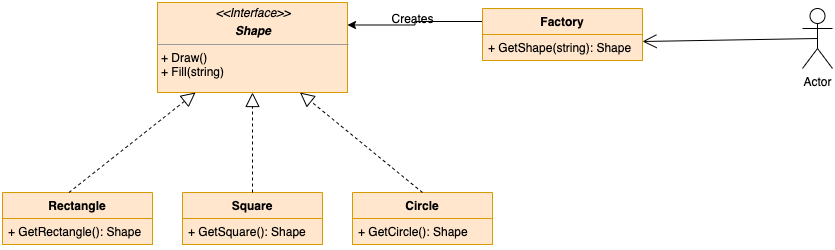
This is creational/factory/factory-design-pattern.png from ypankaj007/design-patterns-in-go, a draw.io export, as it was before one commit. Source tidied: cells renumbered, new cells last; positions are measured from the earlier drawing's top-left corner, leaving out a move shared by most shapes.
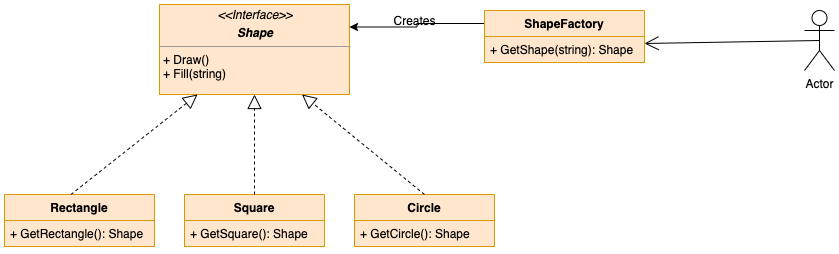
Above is the later version.

Commit message:
Modified factory uml diagram

The edit, as a diff of the source:
```diff
@@ -38,7 +38,7 @@
     <mxCell id="13" style="edgeStyle=orthogonalEdgeStyle;rounded=0;jettySize=auto;html=1;exitX=0;exitY=0.25;exitDx=0;exitDy=0;entryX=1;entryY=0.25;entryDx=0;entryDy=0;" parent="1" edge="1" source="14" target="2">
       <mxGeometry relative="1" as="geometry" />
     </mxCell>
-    <mxCell id="14" value="Factory" style="swimlane;fontStyle=1;horizontal=1;startSize=26;fillColor=#ffe6cc;strokeColor=#d79b00;" parent="1" vertex="1">
+    <mxCell id="14" value="ShapeFactory" style="swimlane;fontStyle=1;horizontal=1;startSize=26;fillColor=#ffe6cc;strokeColor=#d79b00;" parent="1" vertex="1">
       <mxGeometry x="480" y="6" width="160" height="52" as="geometry" />
     </mxCell>
     <mxCell id="15" value="+ GetShape(string): Shape" style="text;strokeColor=#d79b00;fillColor=#ffe6cc;align=left;verticalAlign=top;spacingLeft=4;spacingRight=4;overflow=hidden;points=[[0,0.5],[1,0.5]];portConstraint=eastwest;" parent="14" vertex="1">
```
